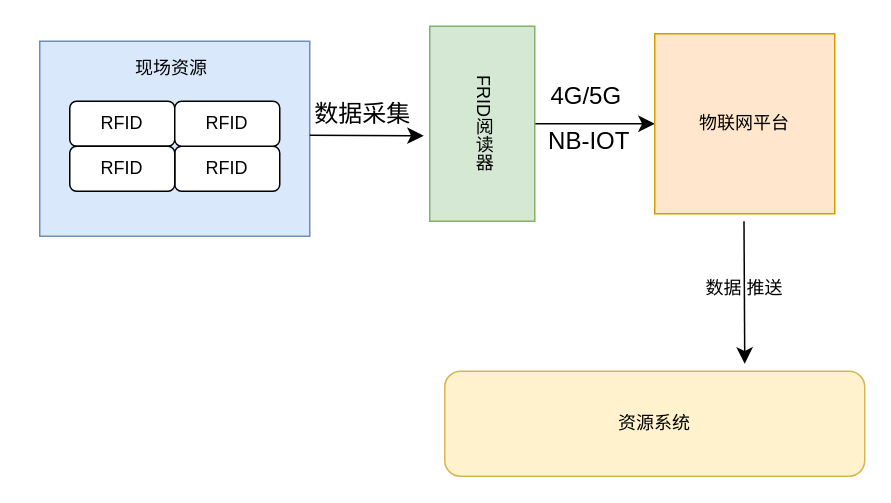
The draw.io diagram 哑资源系统架构图（资源）.drawio in lvpv/atlas, before the edit. Source tidied: cells renumbered, new cells numbered last; positions are measured from the earlier drawing's top-left corner, leaving out a move shared by most shapes. Both pictures are drawn from the tidied source at 150%, with x=0, y=0 at pixel (39, 26).
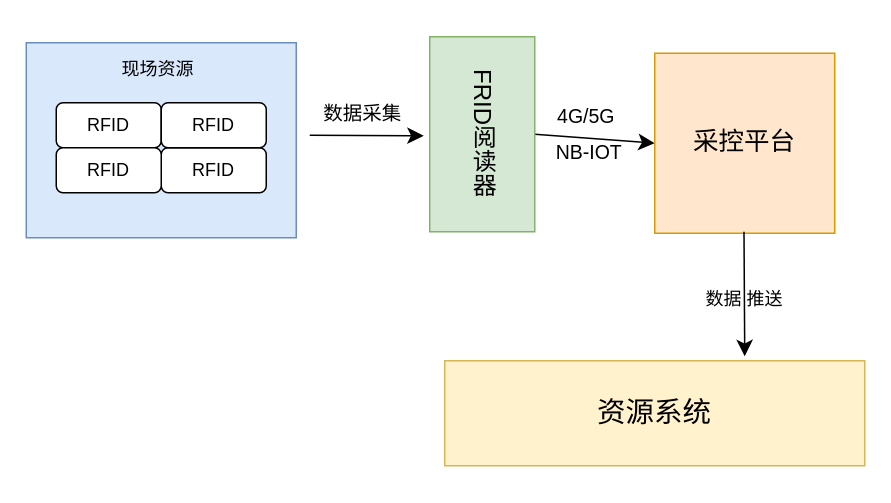
Above is the later version.

Commit message (it also covers changes not shown here):
更新哑资源系统架构图（资源）.drawio

The edit, as a diff of the source:
```diff
@@
 <mxGraphModel>
   <root>
     <mxCell id="0" />
     <mxCell id="1" parent="0" />
     <mxCell id="2" style="rounded=0;whiteSpace=wrap;html=1;fillColor=#dae8fc;strokeColor=#6c8ebf;" parent="1" vertex="1">
-      <mxGeometry y="10" width="180" height="130" as="geometry" />
+      <mxGeometry x="-9" y="11" width="180" height="130" as="geometry" />
     </mxCell>
     <mxCell id="3" value="RFID" style="rounded=1;whiteSpace=wrap;html=1;" parent="1" vertex="1">
-      <mxGeometry x="20" y="50" width="70" height="30" as="geometry" />
+      <mxGeometry x="11" y="51" width="70" height="30" as="geometry" />
     </mxCell>
     <mxCell id="4" value="RFID" style="rounded=1;whiteSpace=wrap;html=1;" parent="1" vertex="1">
-      <mxGeometry x="90" y="80" width="70" height="30" as="geometry" />
+      <mxGeometry x="81" y="81" width="70" height="30" as="geometry" />
     </mxCell>
     <mxCell id="5" value="RFID" style="rounded=1;whiteSpace=wrap;html=1;" parent="1" vertex="1">
-      <mxGeometry x="20" y="80" width="70" height="30" as="geometry" />
+      <mxGeometry x="11" y="81" width="70" height="30" as="geometry" />
     </mxCell>
     <mxCell id="6" value="RFID" style="rounded=1;whiteSpace=wrap;html=1;" parent="1" vertex="1">
-      <mxGeometry x="90" y="50" width="70" height="30" as="geometry" />
+      <mxGeometry x="81" y="51" width="70" height="30" as="geometry" />
     </mxCell>
     <mxCell id="7" value="现场资源" style="text;html=1;align=center;verticalAlign=middle;whiteSpace=wrap;rounded=0;" parent="1" vertex="1">
-      <mxGeometry x="58" y="13" width="60" height="30" as="geometry" />
+      <mxGeometry x="49" y="14" width="60" height="30" as="geometry" />
     </mxCell>
     <mxCell id="8" style="edgeStyle=none;curved=1;rounded=0;jettySize=auto;html=1;exitX=1;exitY=0.5;exitDx=0;exitDy=0;entryX=0;entryY=0.5;entryDx=0;entryDy=0;fontSize=12;startSize=8;endSize=8;" parent="1" edge="1" source="9" target="11">
       <mxGeometry relative="1" as="geometry" />
     </mxCell>
-    <mxCell id="9" value="FRID阅读器" style="rounded=0;whiteSpace=wrap;html=1;fillColor=#d5e8d4;strokeColor=#82b366;textDirection=vertical-lr;" parent="1" vertex="1">
-      <mxGeometry x="260" width="70" height="130" as="geometry" />
+    <mxCell id="9" value="FRID阅读器" style="rounded=0;whiteSpace=wrap;html=1;fillColor=#d5e8d4;strokeColor=#82b366;textDirection=vertical-lr;fontSize=16;" parent="1" vertex="1">
+      <mxGeometry x="260" y="7" width="70" height="130" as="geometry" />
     </mxCell>
     <mxCell id="10" style="edgeStyle=none;curved=1;rounded=0;orthogonalLoop=1;jettySize=auto;html=1;entryX=-0.061;entryY=0.585;entryDx=0;entryDy=0;entryPerimeter=0;fontSize=12;startSize=8;endSize=8;" parent="1" edge="1">
       <mxGeometry relative="1" as="geometry">
         <mxPoint x="180" y="72.6" as="sourcePoint" />
         <mxPoint x="256" y="73" as="targetPoint" />
       </mxGeometry>
     </mxCell>
-    <mxCell id="11" value="物联网平台" style="rounded=0;whiteSpace=wrap;html=1;fillColor=#ffe6cc;strokeColor=#d79b00;" parent="1" vertex="1">
-      <mxGeometry x="410" y="5" width="120" height="120" as="geometry" />
+    <mxCell id="11" value="采控平台" style="rounded=0;whiteSpace=wrap;html=1;fillColor=#ffe6cc;strokeColor=#d79b00;fontSize=17;" parent="1" vertex="1">
+      <mxGeometry x="410" y="18" width="120" height="120" as="geometry" />
     </mxCell>
-    <mxCell id="12" value="资源系统" style="rounded=1;whiteSpace=wrap;html=1;fillColor=#fff2cc;strokeColor=#d6b656;" parent="1" vertex="1">
-      <mxGeometry x="270" y="230" width="280" height="70" as="geometry" />
+    <mxCell id="12" value="资源系统" style="rounded=0;whiteSpace=wrap;html=1;fillColor=#fff2cc;strokeColor=#d6b656;fontSize=19;" parent="1" vertex="1">
+      <mxGeometry x="270" y="223" width="280" height="70" as="geometry" />
     </mxCell>
     <mxCell id="13" style="endArrow=classic;html=1;rounded=0;fontSize=12;startSize=8;endSize=8;curved=1;" parent="1" edge="1">
       <mxGeometry relative="1" as="geometry">
-        <mxPoint x="469.5" y="130" as="sourcePoint" />
-        <mxPoint x="470" y="225" as="targetPoint" />
+        <mxPoint x="469.5" y="137" as="sourcePoint" />
+        <mxPoint x="470" y="220" as="targetPoint" />
       </mxGeometry>
     </mxCell>
     <mxCell id="14" value="数据 推送" style="text;html=1;align=center;verticalAlign=middle;whiteSpace=wrap;rounded=0;" parent="1" vertex="1">
-      <mxGeometry x="440" y="160" width="60" height="30" as="geometry" />
+      <mxGeometry x="440" y="167" width="60" height="30" as="geometry" />
     </mxCell>
-    <mxCell id="15" value="数据采集" style="text;html=1;align=center;verticalAlign=middle;strokeColor=none;fillColor=none;fontSize=16;" parent="1" vertex="1">
-      <mxGeometry x="170" y="43" width="90" height="30" as="geometry" />
+    <mxCell id="15" value="数据采集" style="text;html=1;align=center;verticalAlign=middle;strokeColor=none;fillColor=none;fontSize=13;" parent="1" vertex="1">
+      <mxGeometry x="175" y="43" width="80" height="30" as="geometry" />
     </mxCell>
-    <mxCell id="16" value="4G/5G" style="text;html=1;align=center;verticalAlign=middle;strokeColor=none;fillColor=none;fontSize=16;" parent="1" vertex="1">
-      <mxGeometry x="329" y="31" width="70" height="30" as="geometry" />
+    <mxCell id="16" value="4G/5G" style="text;html=1;align=center;verticalAlign=middle;strokeColor=none;fillColor=none;fontSize=13;" parent="1" vertex="1">
+      <mxGeometry x="334" y="45" width="60" height="30" as="geometry" />
     </mxCell>
-    <mxCell id="17" value="NB-IOT" style="text;html=1;align=center;verticalAlign=middle;strokeColor=none;fillColor=none;fontSize=16;" parent="1" vertex="1">
-      <mxGeometry x="326" y="61" width="80" height="30" as="geometry" />
+    <mxCell id="17" value="NB-IOT" style="text;html=1;align=center;verticalAlign=middle;strokeColor=none;fillColor=none;fontSize=13;" parent="1" vertex="1">
+      <mxGeometry x="331" y="69" width="70" height="30" as="geometry" />
     </mxCell>
   </root>
 </mxGraphModel>
```
